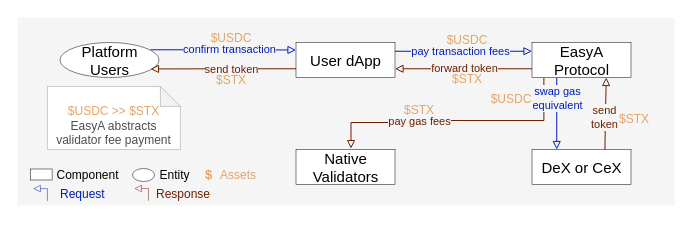
This is page "fee" (3 of 5) of assets/easy-a-mechanism.drawio.drawio from dlt-science/EasyA-Whitepaper, a draw.io file, before an edit. Source tidied: cells renumbered, new cells numbered last; positions are measured from the earlier drawing's top-left corner, leaving out a move shared by most shapes. Both pictures are drawn from the tidied source at 100%, with x=0, y=0 at pixel (17, 17).
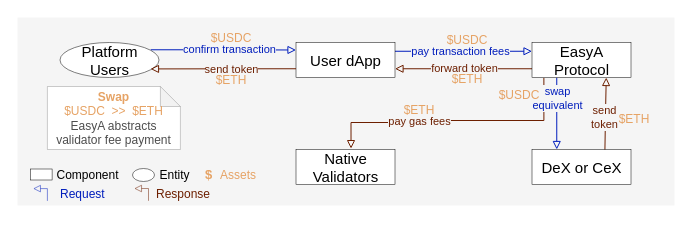
The same page after the edit.

Unchanged cells that the change refers to:
```xml
<mxCell id="14" style="edgeStyle=orthogonalEdgeStyle;rounded=0;jettySize=auto;html=1;exitX=0.25;exitY=1;exitDx=0;exitDy=0;entryX=0.25;entryY=0;entryDx=0;entryDy=0;strokeColor=#001DBC;endArrow=block;endFill=0;" parent="1" edge="1" source="16" target="35">
  <mxGeometry relative="1" as="geometry" />
</mxCell>
```

What changed in the source:
```diff
@@
-    <mxCell id="3" value="&lt;div&gt;&lt;span style=&quot;color: rgb(230, 163, 101);&quot;&gt;&lt;br&gt;&lt;/span&gt;&lt;/div&gt;&lt;span style=&quot;color: rgb(230, 163, 101);&quot;&gt;$USDC &amp;gt;&amp;gt; $STX&lt;/span&gt;&lt;div&gt;&lt;font style=&quot;color: rgb(77, 77, 77);&quot;&gt;EasyA abstracts validator fee payment&lt;/font&gt;&lt;/div&gt;" style="shape=note;whiteSpace=wrap;html=1;backgroundOutline=1;darkOpacity=0.05;size=20;strokeWidth=0.2;strokeColor=default;" parent="1" vertex="1">
+    <mxCell id="3" value="&lt;div&gt;&lt;span style=&quot;color: rgb(230, 163, 101);&quot;&gt;&lt;b&gt;Swap&lt;/b&gt;&lt;/span&gt;&lt;/div&gt;&lt;span style=&quot;color: rgb(230, 163, 101);&quot;&gt;$USDC&amp;nbsp; &amp;gt;&amp;gt;&amp;nbsp;&amp;nbsp;&lt;/span&gt;&lt;span style=&quot;color: rgb(230, 163, 101);&quot;&gt;$ETH&lt;/span&gt;&lt;div&gt;&lt;font style=&quot;color: rgb(77, 77, 77);&quot;&gt;EasyA abstracts validator fee payment&lt;/font&gt;&lt;/div&gt;" style="shape=note;whiteSpace=wrap;html=1;backgroundOutline=1;darkOpacity=0.05;size=20;strokeWidth=0.2;strokeColor=default;" parent="1" vertex="1">
       <mxGeometry x="29.9" y="69" width="133" height="63" as="geometry" />
     </mxCell>
@@
-    <mxCell id="15" value="swap gas&lt;div&gt;equivalent&lt;/div&gt;" style="edgeLabel;html=1;align=center;verticalAlign=middle;fontColor=#001DBC;labelBackgroundColor=#F5F5F5;" parent="14" vertex="1">
+    <mxCell id="15" value="swap&lt;div&gt;equivalent&lt;/div&gt;" style="edgeLabel;html=1;align=center;verticalAlign=middle;fontColor=#001DBC;labelBackgroundColor=#F5F5F5;" parent="14" vertex="1">
       <mxGeometry x="-0.27" y="1" relative="1" as="geometry">
         <mxPoint x="-1" y="-6" as="offset" />
       </mxGeometry>
     </mxCell>
@@
-    <mxCell id="24" value="&lt;font style=&quot;color: rgb(230, 163, 101);&quot;&gt;$STX&lt;/font&gt;" style="text;html=1;align=center;verticalAlign=middle;whiteSpace=wrap;rounded=0;" parent="1" vertex="1">
+    <mxCell id="24" value="&lt;span style=&quot;color: rgb(230, 163, 101);&quot;&gt;$ETH&lt;/span&gt;" style="text;html=1;align=center;verticalAlign=middle;whiteSpace=wrap;rounded=0;" parent="1" vertex="1">
       <mxGeometry x="377.5" y="85" width="48" height="16" as="geometry" />
     </mxCell>
-    <mxCell id="25" value="&lt;font style=&quot;color: rgb(230, 163, 101);&quot;&gt;$STX&lt;/font&gt;" style="text;html=1;align=center;verticalAlign=middle;whiteSpace=wrap;rounded=0;" parent="1" vertex="1">
+    <mxCell id="25" value="&lt;font style=&quot;color: rgb(230, 163, 101);&quot;&gt;$ETH&lt;/font&gt;" style="text;html=1;align=center;verticalAlign=middle;whiteSpace=wrap;rounded=0;" parent="1" vertex="1">
       <mxGeometry x="189.5" y="55" width="48" height="16" as="geometry" />
     </mxCell>
-    <mxCell id="26" value="&lt;font style=&quot;color: rgb(230, 163, 101);&quot;&gt;$STX&lt;/font&gt;" style="text;html=1;align=center;verticalAlign=middle;whiteSpace=wrap;rounded=0;" parent="1" vertex="1">
+    <mxCell id="26" value="&lt;span style=&quot;color: rgb(230, 163, 101);&quot;&gt;$ETH&lt;/span&gt;" style="text;html=1;align=center;verticalAlign=middle;whiteSpace=wrap;rounded=0;" parent="1" vertex="1">
       <mxGeometry x="425.5" y="54" width="48" height="16" as="geometry" />
     </mxCell>
     <mxCell id="27" value="&lt;font style=&quot;color: rgb(230, 163, 101);&quot;&gt;$USDC&lt;/font&gt;" style="text;html=1;align=center;verticalAlign=middle;whiteSpace=wrap;rounded=0;" parent="1" vertex="1">
-      <mxGeometry x="470" y="74" width="48" height="16" as="geometry" />
+      <mxGeometry x="478" y="70" width="48" height="16" as="geometry" />
     </mxCell>
-    <mxCell id="28" value="&lt;font style=&quot;color: rgb(230, 163, 101);&quot;&gt;$STX&lt;/font&gt;" style="text;html=1;align=center;verticalAlign=middle;whiteSpace=wrap;rounded=0;" parent="1" vertex="1">
+    <mxCell id="28" value="&lt;span style=&quot;color: rgb(230, 163, 101);&quot;&gt;$ETH&lt;/span&gt;" style="text;html=1;align=center;verticalAlign=middle;whiteSpace=wrap;rounded=0;" parent="1" vertex="1">
       <mxGeometry x="593" y="94" width="48" height="16" as="geometry" />
     </mxCell>
```
